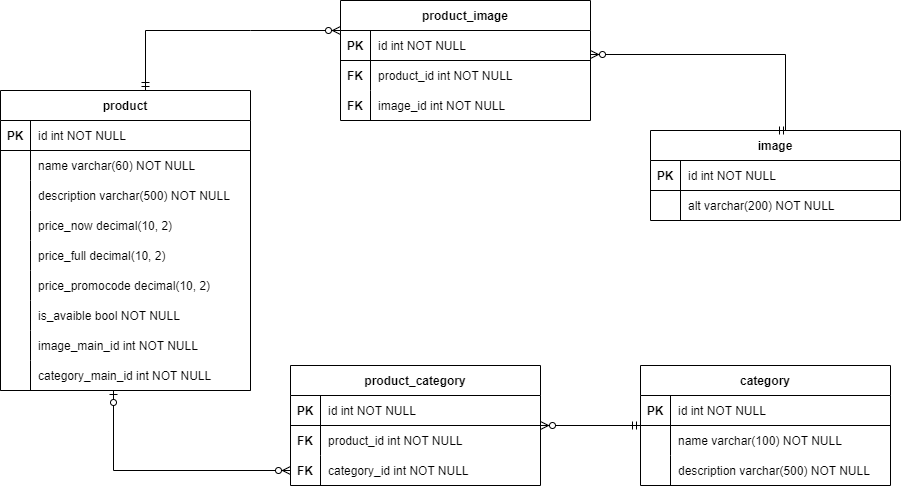
Above: er.png in MarettaLapo/bd (draw.io), before the change. Source tidied: cells renumbered, new cells last; positions are measured from the earlier drawing's top-left corner, leaving out a move shared by most shapes.
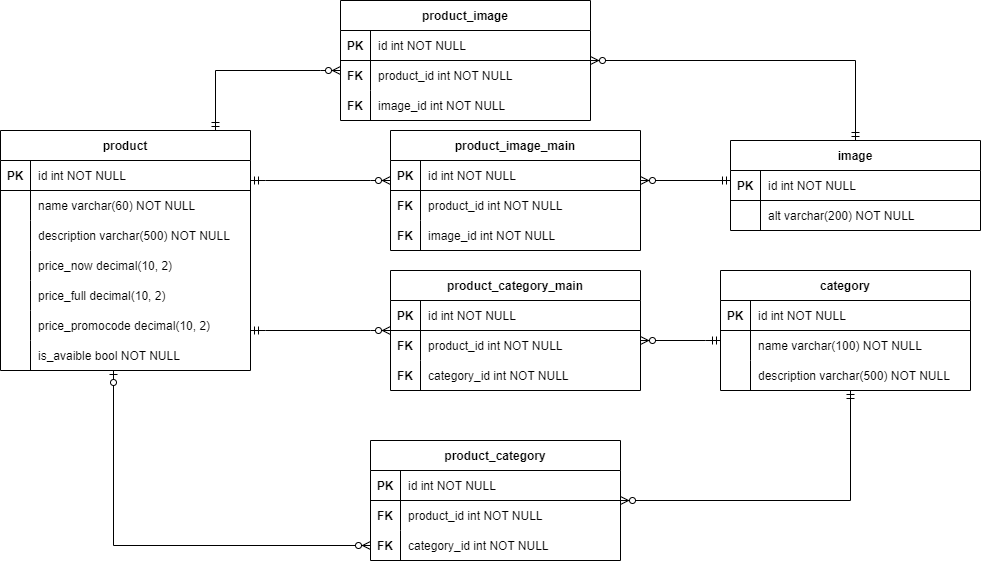
After the commit.

Diff of the diagram source:
```diff
@@ -3,7 +3,7 @@
     <mxCell id="0" />
     <mxCell id="1" parent="0" />
     <mxCell id="2" value="image" style="shape=table;startSize=30;rowLines=0;fontStyle=1;align=center;" parent="1" vertex="1">
-      <mxGeometry x="650" y="130" width="250" height="90" as="geometry" />
+      <mxGeometry x="660" y="100" width="250" height="90" as="geometry" />
     </mxCell>
     <mxCell id="3" style="shape=partialRectangle;fillColor=none;top=0;left=0;right=0;bottom=1;strokeColor=default;" parent="2" vertex="1">
       <mxGeometry y="30" width="250" height="30" as="geometry" />
@@ -24,7 +24,7 @@
       <mxGeometry x="30" width="220" height="30" as="geometry" />
     </mxCell>
     <mxCell id="9" value="product" style="shape=table;startSize=30;rowLines=0;fontStyle=1;align=center;strokeColor=default;" parent="1" vertex="1">
-      <mxGeometry y="90" width="250" height="300" as="geometry" />
+      <mxGeometry x="-70" y="90" width="250" height="240" as="geometry" />
     </mxCell>
     <mxCell id="10" style="shape=partialRectangle;fillColor=none;top=0;left=0;right=0;bottom=1;strokeColor=default;" parent="9" vertex="1">
       <mxGeometry y="30" width="250" height="30" as="geometry" />
@@ -89,26 +89,8 @@
     <mxCell id="30" value="is_avaible bool NOT NULL" style="shape=partialRectangle;overflow=hidden;fillColor=none;top=0;left=0;bottom=0;right=0;align=left;spacingLeft=6;fontStyle=0;" parent="28" vertex="1">
       <mxGeometry x="30" width="220" height="30" as="geometry" />
     </mxCell>
-    <mxCell id="31" style="shape=partialRectangle;fillColor=none;top=0;left=0;right=0;bottom=1;strokeColor=none;" parent="9" vertex="1">
-      <mxGeometry y="240" width="250" height="30" as="geometry" />
-    </mxCell>
-    <mxCell id="32" style="shape=partialRectangle;overflow=hidden;fillColor=none;top=0;left=0;bottom=0;right=0;fontStyle=0;strokeColor=default;" parent="31" vertex="1">
-      <mxGeometry width="30" height="30" as="geometry" />
-    </mxCell>
-    <mxCell id="33" value="image_main_id int NOT NULL" style="shape=partialRectangle;overflow=hidden;fillColor=none;top=0;left=0;bottom=0;right=0;align=left;spacingLeft=6;fontStyle=0;" parent="31" vertex="1">
-      <mxGeometry x="30" width="220" height="30" as="geometry" />
-    </mxCell>
-    <mxCell id="34" style="shape=partialRectangle;fillColor=none;points=[[0,0.5],[1,0.5]];portConstraint=eastwest;top=0;left=0;right=0;bottom=1;" parent="9" vertex="1">
-      <mxGeometry y="270" width="250" height="30" as="geometry" />
-    </mxCell>
-    <mxCell id="35" style="shape=partialRectangle;overflow=hidden;fillColor=none;top=0;left=0;bottom=0;right=0;fontStyle=0;strokeColor=default;" parent="34" vertex="1">
-      <mxGeometry width="30" height="30" as="geometry" />
-    </mxCell>
-    <mxCell id="36" value="category_main_id int NOT NULL" style="shape=partialRectangle;overflow=hidden;fillColor=none;top=0;left=0;bottom=0;right=0;align=left;spacingLeft=6;fontStyle=0;" parent="34" vertex="1">
-      <mxGeometry x="30" width="220" height="30" as="geometry" />
-    </mxCell>
     <mxCell id="37" value="category" style="shape=table;startSize=30;rowLines=0;fontStyle=1;align=center;" parent="1" vertex="1">
-      <mxGeometry x="640" y="365" width="250" height="120" as="geometry" />
+      <mxGeometry x="650" y="230" width="250" height="120" as="geometry" />
     </mxCell>
     <mxCell id="38" style="shape=partialRectangle;fillColor=none;top=0;left=0;right=0;bottom=1;" parent="37" vertex="1">
       <mxGeometry y="30" width="250" height="30" as="geometry" />
@@ -138,7 +120,7 @@
       <mxGeometry x="30" width="220" height="30" as="geometry" />
     </mxCell>
     <mxCell id="47" value="product_category" style="shape=table;startSize=30;rowLines=0;fontStyle=1;align=center;strokeColor=default;" parent="1" vertex="1">
-      <mxGeometry x="290" y="365" width="250" height="120" as="geometry" />
+      <mxGeometry x="300" y="400" width="250" height="120" as="geometry" />
     </mxCell>
     <mxCell id="48" style="shape=partialRectangle;fillColor=none;top=0;left=0;right=0;bottom=1;strokeColor=default;" parent="47" vertex="1">
       <mxGeometry y="30" width="250" height="30" as="geometry" />
@@ -168,7 +150,7 @@
       <mxGeometry x="30" width="220" height="30" as="geometry" />
     </mxCell>
     <mxCell id="57" value="product_image" style="shape=table;startSize=30;rowLines=0;fontStyle=1;align=center;" parent="1" vertex="1">
-      <mxGeometry x="340" width="250" height="120" as="geometry" />
+      <mxGeometry x="270" y="-40" width="250" height="120" as="geometry" />
     </mxCell>
     <mxCell id="58" style="shape=partialRectangle;fillColor=none;top=0;left=0;right=0;bottom=1;strokeColor=default;" parent="57" vertex="1">
       <mxGeometry y="30" width="250" height="30" as="geometry" />
@@ -197,33 +179,133 @@
     <mxCell id="66" value="image_id int NOT NULL" style="shape=partialRectangle;overflow=hidden;fillColor=none;top=0;left=0;bottom=0;right=0;align=left;spacingLeft=6;fontStyle=0;" parent="64" vertex="1">
       <mxGeometry x="30" width="220" height="30" as="geometry" />
     </mxCell>
-    <mxCell id="67" style="fontSize=12;html=1;endArrow=ERzeroToMany;startArrow=ERmandOne;rounded=0;fontFamily=Helvetica;fontColor=default;elbow=vertical;" parent="1" edge="1" source="37" target="47">
-      <mxGeometry relative="1" as="geometry" />
+    <mxCell id="67" style="fontSize=12;html=1;endArrow=ERzeroToMany;startArrow=ERmandOne;rounded=0;fontFamily=Helvetica;fontColor=default;elbow=vertical;edgeStyle=orthogonalEdgeStyle;" parent="1" edge="1" source="37" target="47">
+      <mxGeometry relative="1" as="geometry">
+        <Array as="points">
+          <mxPoint x="780" y="460" />
+        </Array>
+      </mxGeometry>
     </mxCell>
     <mxCell id="68" style="edgeStyle=orthogonalEdgeStyle;fontSize=12;html=1;endArrow=ERzeroToMany;startArrow=ERmandOne;rounded=0;fontFamily=Helvetica;fontColor=default;elbow=vertical;exitX=0.5;exitY=0;exitDx=0;exitDy=0;" parent="1" edge="1" source="2">
       <mxGeometry relative="1" as="geometry">
-        <mxPoint x="590" y="54" as="targetPoint" />
+        <mxPoint x="520" y="20" as="targetPoint" />
         <Array as="points">
-          <mxPoint x="785" y="54" />
+          <mxPoint x="785" y="20" />
+          <mxPoint x="530" y="20" />
         </Array>
       </mxGeometry>
     </mxCell>
-    <mxCell id="69" style="edgeStyle=elbowEdgeStyle;fontSize=12;html=1;endArrow=ERzeroToMany;startArrow=ERzeroToOne;rounded=0;fontFamily=Helvetica;fontColor=default;entryX=0;entryY=0.5;entryDx=0;entryDy=0;exitX=0.452;exitY=1;exitDx=0;exitDy=0;exitPerimeter=0;" parent="1" edge="1" source="34" target="54">
+    <mxCell id="69" style="edgeStyle=elbowEdgeStyle;fontSize=12;html=1;endArrow=ERzeroToMany;startArrow=ERzeroToOne;rounded=0;fontFamily=Helvetica;fontColor=default;entryX=0;entryY=0.5;entryDx=0;entryDy=0;" parent="1" edge="1" source="28" target="54">
       <mxGeometry relative="1" as="geometry">
         <Array as="points">
-          <mxPoint x="113" y="390" />
+          <mxPoint x="43" y="500" />
         </Array>
       </mxGeometry>
     </mxCell>
     <mxCell id="70" style="fontSize=12;html=1;endArrow=ERzeroToMany;startArrow=ERmandOne;rounded=0;fontFamily=Helvetica;fontColor=default;elbow=vertical;" parent="1" edge="1">
       <mxGeometry relative="1" as="geometry">
         <mxPoint x="145" y="90" as="sourcePoint" />
-        <mxPoint x="340" y="30" as="targetPoint" />
+        <mxPoint x="270" y="30" as="targetPoint" />
         <Array as="points">
           <mxPoint x="145" y="30" />
           <mxPoint x="250" y="30" />
         </Array>
       </mxGeometry>
     </mxCell>
+    <mxCell id="71" value="product_image_main" style="shape=table;startSize=30;rowLines=0;fontStyle=1;align=center;" parent="1" vertex="1">
+      <mxGeometry x="320" y="90" width="250" height="120" as="geometry" />
+    </mxCell>
+    <mxCell id="72" style="shape=partialRectangle;fillColor=none;top=0;left=0;right=0;bottom=1;strokeColor=default;" parent="71" vertex="1">
+      <mxGeometry y="30" width="250" height="30" as="geometry" />
+    </mxCell>
+    <mxCell id="73" value="PK" style="shape=partialRectangle;overflow=hidden;fillColor=none;top=0;left=0;bottom=0;right=0;fontStyle=1;" parent="72" vertex="1">
+      <mxGeometry width="30" height="30" as="geometry" />
+    </mxCell>
+    <mxCell id="74" value="id int NOT NULL" style="shape=partialRectangle;overflow=hidden;fillColor=none;top=0;left=0;bottom=0;right=0;align=left;spacingLeft=6;fontStyle=0;" parent="72" vertex="1">
+      <mxGeometry x="30" width="220" height="30" as="geometry" />
+    </mxCell>
+    <mxCell id="75" style="shape=partialRectangle;fillColor=none;top=0;left=0;right=0;bottom=1;strokeColor=none;" parent="71" vertex="1">
+      <mxGeometry y="60" width="250" height="30" as="geometry" />
+    </mxCell>
+    <mxCell id="76" value="FK" style="shape=partialRectangle;overflow=hidden;fillColor=none;top=0;left=0;bottom=0;right=0;fontStyle=1;" parent="75" vertex="1">
+      <mxGeometry width="30" height="30" as="geometry" />
+    </mxCell>
+    <mxCell id="77" value="product_id int NOT NULL " style="shape=partialRectangle;overflow=hidden;fillColor=none;top=0;left=0;bottom=0;right=0;align=left;spacingLeft=6;fontStyle=0;" parent="75" vertex="1">
+      <mxGeometry x="30" width="220" height="30" as="geometry" />
+    </mxCell>
+    <mxCell id="78" style="shape=partialRectangle;fillColor=none;top=0;left=0;right=0;bottom=1;strokeColor=none;" parent="71" vertex="1">
+      <mxGeometry y="90" width="250" height="30" as="geometry" />
+    </mxCell>
+    <mxCell id="79" value="FK" style="shape=partialRectangle;overflow=hidden;fillColor=none;top=0;left=0;bottom=0;right=0;fontStyle=1;" parent="78" vertex="1">
+      <mxGeometry width="30" height="30" as="geometry" />
+    </mxCell>
+    <mxCell id="80" value="image_id int NOT NULL" style="shape=partialRectangle;overflow=hidden;fillColor=none;top=0;left=0;bottom=0;right=0;align=left;spacingLeft=6;fontStyle=0;" parent="78" vertex="1">
+      <mxGeometry x="30" width="220" height="30" as="geometry" />
+    </mxCell>
+    <mxCell id="81" value="product_category_main" style="shape=table;startSize=30;rowLines=0;fontStyle=1;align=center;" parent="1" vertex="1">
+      <mxGeometry x="320" y="230" width="250" height="120" as="geometry" />
+    </mxCell>
+    <mxCell id="82" style="shape=partialRectangle;fillColor=none;top=0;left=0;right=0;bottom=1;strokeColor=default;" parent="81" vertex="1">
+      <mxGeometry y="30" width="250" height="30" as="geometry" />
+    </mxCell>
+    <mxCell id="83" value="PK" style="shape=partialRectangle;overflow=hidden;fillColor=none;top=0;left=0;bottom=0;right=0;fontStyle=1;" parent="82" vertex="1">
+      <mxGeometry width="30" height="30" as="geometry" />
+    </mxCell>
+    <mxCell id="84" value="id int NOT NULL" style="shape=partialRectangle;overflow=hidden;fillColor=none;top=0;left=0;bottom=0;right=0;align=left;spacingLeft=6;fontStyle=0;" parent="82" vertex="1">
+      <mxGeometry x="30" width="220" height="30" as="geometry" />
+    </mxCell>
+    <mxCell id="85" style="shape=partialRectangle;fillColor=none;top=0;left=0;right=0;bottom=1;strokeColor=none;" parent="81" vertex="1">
+      <mxGeometry y="60" width="250" height="30" as="geometry" />
+    </mxCell>
+    <mxCell id="86" value="FK" style="shape=partialRectangle;overflow=hidden;fillColor=none;top=0;left=0;bottom=0;right=0;fontStyle=1;" parent="85" vertex="1">
+      <mxGeometry width="30" height="30" as="geometry" />
+    </mxCell>
+    <mxCell id="87" value="product_id int NOT NULL " style="shape=partialRectangle;overflow=hidden;fillColor=none;top=0;left=0;bottom=0;right=0;align=left;spacingLeft=6;fontStyle=0;" parent="85" vertex="1">
+      <mxGeometry x="30" width="220" height="30" as="geometry" />
+    </mxCell>
+    <mxCell id="88" style="shape=partialRectangle;fillColor=none;top=0;left=0;right=0;bottom=1;strokeColor=none;" parent="81" vertex="1">
+      <mxGeometry y="90" width="250" height="30" as="geometry" />
+    </mxCell>
+    <mxCell id="89" value="FK" style="shape=partialRectangle;overflow=hidden;fillColor=none;top=0;left=0;bottom=0;right=0;fontStyle=1;" parent="88" vertex="1">
+      <mxGeometry width="30" height="30" as="geometry" />
+    </mxCell>
+    <mxCell id="90" value="category_id int NOT NULL" style="shape=partialRectangle;overflow=hidden;fillColor=none;top=0;left=0;bottom=0;right=0;align=left;spacingLeft=6;fontStyle=0;" parent="88" vertex="1">
+      <mxGeometry x="30" width="220" height="30" as="geometry" />
+    </mxCell>
+    <mxCell id="91" style="fontSize=12;html=1;endArrow=ERzeroToMany;startArrow=ERmandOne;rounded=0;fontFamily=Helvetica;fontColor=default;elbow=vertical;" parent="1" edge="1">
+      <mxGeometry relative="1" as="geometry">
+        <mxPoint x="180" y="140" as="sourcePoint" />
+        <mxPoint x="320" y="140" as="targetPoint" />
+        <Array as="points">
+          <mxPoint x="195" y="140" />
+          <mxPoint x="300" y="140" />
+        </Array>
+      </mxGeometry>
+    </mxCell>
+    <mxCell id="92" style="fontSize=12;html=1;endArrow=ERzeroToMany;startArrow=ERmandOne;rounded=0;fontFamily=Helvetica;fontColor=default;elbow=vertical;" parent="1" edge="1">
+      <mxGeometry relative="1" as="geometry">
+        <mxPoint x="180" y="290" as="sourcePoint" />
+        <mxPoint x="320" y="290" as="targetPoint" />
+        <Array as="points">
+          <mxPoint x="195" y="290" />
+          <mxPoint x="300" y="290" />
+        </Array>
+      </mxGeometry>
+    </mxCell>
+    <mxCell id="93" style="fontSize=12;html=1;endArrow=ERzeroToMany;startArrow=ERmandOne;rounded=0;fontFamily=Helvetica;fontColor=default;elbow=vertical;" parent="1" edge="1">
+      <mxGeometry relative="1" as="geometry">
+        <mxPoint x="650" y="300" as="sourcePoint" />
+        <mxPoint x="570" y="300" as="targetPoint" />
+        <Array as="points">
+          <mxPoint x="635" y="300" />
+        </Array>
+      </mxGeometry>
+    </mxCell>
+    <mxCell id="94" style="fontSize=12;html=1;endArrow=ERzeroToMany;startArrow=ERmandOne;rounded=0;fontFamily=Helvetica;fontColor=default;elbow=vertical;" parent="1" edge="1">
+      <mxGeometry relative="1" as="geometry">
+        <mxPoint x="660" y="140" as="sourcePoint" />
+        <mxPoint x="570" y="140" as="targetPoint" />
+      </mxGeometry>
+    </mxCell>
   </root>
 </mxGraphModel>
```
